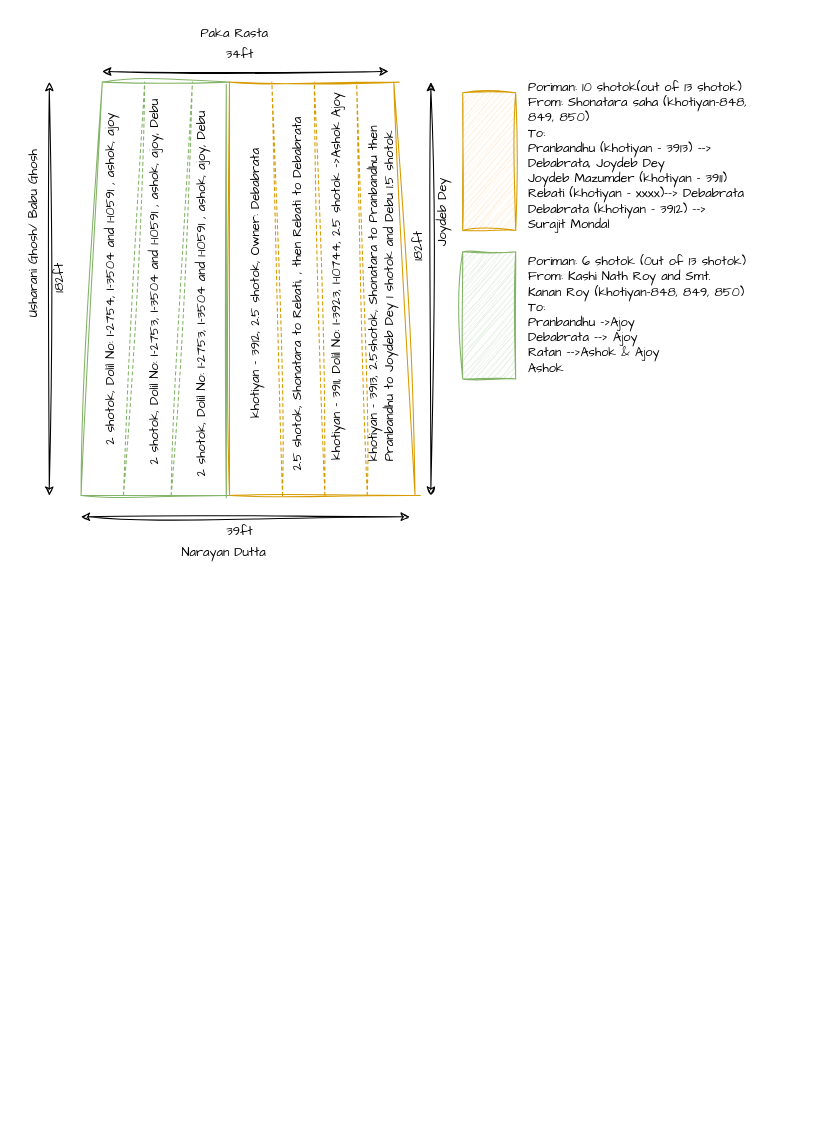
ashokmazumder/CodingTest keeps this draw.io diagram as Untitled Diagram.drawio. Above is the earlier version. Source tidied: cells renumbered, new cells numbered last; positions are measured from the earlier drawing's top-left corner, leaving out a move shared by most shapes. Both pictures are drawn from the tidied source at 106%, with x=0, y=0 at pixel (-68, 18).
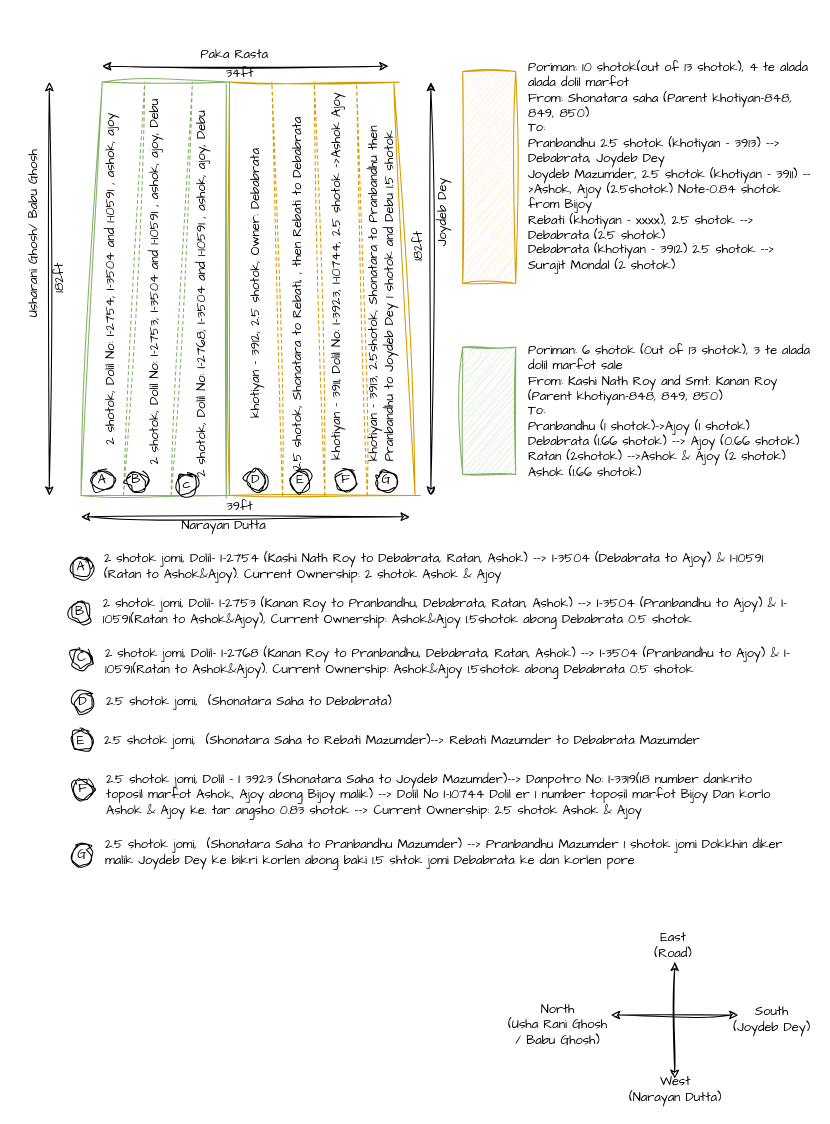
The same page after the edit.

Diff of the diagram source:
```diff
@@
     <mxCell id="7" value="39ft" style="text;html=1;align=center;verticalAlign=middle;whiteSpace=wrap;rounded=0;fontFamily=Architects Daughter;" parent="1" vertex="1">
-      <mxGeometry x="260" y="470" width="60" height="30" as="geometry" />
+      <mxGeometry x="260" y="446" width="60" height="30" as="geometry" />
     </mxCell>
     <mxCell id="8" style="endArrow=classic;startArrow=classic;html=1;rounded=0;sketch=1;hachureGap=4;jiggle=2;curveFitting=1;fontFamily=Architects Daughter;" parent="1" edge="1">
       <mxGeometry relative="1" as="geometry">
-        <mxPoint x="160" y="50" as="sourcePoint" />
-        <mxPoint x="430" y="50" as="targetPoint" />
+        <mxPoint x="160" y="45" as="sourcePoint" />
+        <mxPoint x="430" y="45" as="targetPoint" />
       </mxGeometry>
     </mxCell>
     <mxCell id="9" value="34ft" style="text;html=1;align=center;verticalAlign=middle;whiteSpace=wrap;rounded=0;fontFamily=Architects Daughter;" parent="1" vertex="1">
-      <mxGeometry x="260" y="20" width="60" height="30" as="geometry" />
+      <mxGeometry x="260" y="38" width="60" height="30" as="geometry" />
     </mxCell>
@@
     <mxCell id="23" style="rounded=0;whiteSpace=wrap;html=1;sketch=1;hachureGap=4;jiggle=2;curveFitting=1;fontFamily=Architects Daughter;fillColor=#ffe6cc;strokeColor=#d79b00;" parent="1" vertex="1">
-      <mxGeometry x="500" y="70" width="50" height="130" as="geometry" />
+      <mxGeometry x="500" y="50" width="50" height="200" as="geometry" />
     </mxCell>
     <mxCell id="24" style="rounded=0;whiteSpace=wrap;html=1;sketch=1;hachureGap=4;jiggle=2;curveFitting=1;fontFamily=Architects Daughter;fillColor=#d5e8d4;strokeColor=#82b366;" parent="1" vertex="1">
-      <mxGeometry x="500" y="220" width="50" height="120" as="geometry" />
+      <mxGeometry x="500" y="310" width="50" height="120" as="geometry" />
     </mxCell>
-    <mxCell id="25" value="Poriman: 10 shotok(out of 13 shotok)&lt;br&gt;From: Shonatara saha (khotiyan-848, 849, 850)&lt;div&gt;To:&amp;nbsp;&lt;/div&gt;&lt;div&gt;Pranbandhu (khotiyan - 3913) --&amp;gt; Debabrata, Joydeb Dey&lt;/div&gt;&lt;div&gt;Joydeb Mazumder (khotiyan - 3911)&lt;/div&gt;&lt;div&gt;Rebati (khotiyan - xxxx)--&amp;gt; Debabrata&lt;/div&gt;&lt;div&gt;Debabrata (khotiyan - 3912) --&amp;gt; Surajit Mondal&lt;/div&gt;" style="text;align=left;verticalAlign=middle;whiteSpace=wrap;rounded=0;fontFamily=Architects Daughter;html=1;labelBorderColor=none;fontColor=default;" parent="1" vertex="1">
-      <mxGeometry x="560" y="60" width="210" height="140" as="geometry" />
+    <mxCell id="25" value="Poriman: 10 shotok(out of 13 shotok), 4 te alada alada dolil marfot&lt;br&gt;From: Shonatara saha (Parent khotiyan-848, 849, 850)&lt;div&gt;To:&amp;nbsp;&lt;/div&gt;&lt;div&gt;Pranbandhu 2.5 shotok (khotiyan - 3913) --&amp;gt; Debabrata, Joydeb Dey&lt;/div&gt;&lt;div&gt;Joydeb Mazumder,&amp;nbsp;&lt;span style=&quot;background-color: transparent; color: light-dark(rgb(0, 0, 0), rgb(255, 255, 255));&quot;&gt;2.5 shotok&lt;/span&gt;&lt;span style=&quot;background-color: transparent; color: light-dark(rgb(0, 0, 0), rgb(255, 255, 255));&quot;&gt;&amp;nbsp;(khotiyan - 3911) --&amp;gt;Ashok, Ajoy (2.5shotok) Note-0.84 shotok from Bijoy&lt;/span&gt;&lt;/div&gt;&lt;div&gt;Rebati (khotiyan - xxxx),&amp;nbsp;&lt;span style=&quot;background-color: transparent; color: light-dark(rgb(0, 0, 0), rgb(255, 255, 255));&quot;&gt;2.5 shotok&amp;nbsp;&lt;/span&gt;&lt;span style=&quot;background-color: transparent; color: light-dark(rgb(0, 0, 0), rgb(255, 255, 255));&quot;&gt;--&amp;gt; Debabrata (2.5 shotok)&lt;/span&gt;&lt;/div&gt;&lt;div&gt;Debabrata (khotiyan - 3912)&amp;nbsp;&lt;span style=&quot;background-color: transparent; color: light-dark(rgb(0, 0, 0), rgb(255, 255, 255));&quot;&gt;2.5 shotok&amp;nbsp;&lt;/span&gt;&lt;span style=&quot;background-color: transparent; color: light-dark(rgb(0, 0, 0), rgb(255, 255, 255));&quot;&gt;--&amp;gt; Surajit Mondal (2 shotok)&lt;/span&gt;&lt;/div&gt;" style="text;align=left;verticalAlign=middle;whiteSpace=wrap;rounded=0;fontFamily=Architects Daughter;html=1;labelBorderColor=none;fontColor=default;" parent="1" vertex="1">
+      <mxGeometry x="560" y="60" width="270" height="160" as="geometry" />
     </mxCell>
@@
     <mxCell id="30" value="Narayan Dutta" style="text;html=1;align=center;verticalAlign=middle;whiteSpace=wrap;rounded=0;fontFamily=Architects Daughter;" parent="1" vertex="1">
-      <mxGeometry x="200" y="490" width="150" height="30" as="geometry" />
+      <mxGeometry x="200" y="464" width="150" height="30" as="geometry" />
     </mxCell>
     <mxCell id="31" value="Paka Rasta" style="text;html=1;align=center;verticalAlign=middle;whiteSpace=wrap;rounded=0;fontFamily=Architects Daughter;" parent="1" vertex="1">
-      <mxGeometry x="230" width="110" height="30" as="geometry" />
+      <mxGeometry x="230" y="20" width="110" height="30" as="geometry" />
     </mxCell>
@@
-    <mxCell id="35" value="&lt;span style=&quot;text-align: left;&quot;&gt;2 shotok,&amp;nbsp;&lt;/span&gt;&lt;span style=&quot;text-align: left;&quot;&gt;Dolil No: I-2753, I-3504 and 1-10591 , ashok, ajoy, Debu&lt;/span&gt;" style="text;html=1;align=center;verticalAlign=middle;whiteSpace=wrap;rounded=0;fontFamily=Architects Daughter;rotation=270;" parent="1" vertex="1">
+    <mxCell id="35" value="&lt;span style=&quot;text-align: left;&quot;&gt;2 shotok,&amp;nbsp;&lt;/span&gt;&lt;span style=&quot;text-align: left;&quot;&gt;Dolil No: I-2768, I-3504 and 1-10591 , ashok, ajoy, Debu&lt;/span&gt;" style="text;html=1;align=center;verticalAlign=middle;whiteSpace=wrap;rounded=0;fontFamily=Architects Daughter;rotation=270;" parent="1" vertex="1">
       <mxGeometry x="78" y="245" width="352" height="30" as="geometry" />
     </mxCell>
@@
-    <mxCell id="37" value="Poriman: 6 shotok (0ut of 13 shotok)&lt;br&gt;From: Kashi Nath Roy and Smt. Kanan Roy (khotiyan-848, 849, 850)&lt;div&gt;To:&amp;nbsp;&lt;/div&gt;&lt;div&gt;Pranbandhu -&amp;gt;Ajoy&lt;/div&gt;&lt;div&gt;Debabrata --&amp;gt; Ajoy&lt;/div&gt;&lt;div&gt;Ratan --&amp;gt;Ashok &amp;amp; Ajoy&lt;/div&gt;&lt;div&gt;Ashok&lt;/div&gt;" style="text;align=left;verticalAlign=middle;whiteSpace=wrap;rounded=0;fontFamily=Architects Daughter;html=1;labelBorderColor=none;fontColor=default;" parent="1" vertex="1">
-      <mxGeometry x="560" y="220" width="210" height="120" as="geometry" />
+    <mxCell id="37" value="Poriman: 6 shotok (0ut of 13 shotok), 3 te alada dolil marfot sale&amp;nbsp;&lt;br&gt;From: Kashi Nath Roy and Smt. Kanan Roy (Parent khotiyan-848, 849, 850)&lt;div&gt;To:&amp;nbsp;&lt;/div&gt;&lt;div&gt;Pranbandhu (1 shotok)-&amp;gt;Ajoy (1 shotok)&lt;/div&gt;&lt;div&gt;Debabrata (1.66 shotok) --&amp;gt; Ajoy (0.66 shotok)&lt;/div&gt;&lt;div&gt;Ratan (2shotok) --&amp;gt;Ashok &amp;amp; Ajoy (2 shotok)&lt;/div&gt;&lt;div&gt;Ashok (1.66 shotok)&lt;/div&gt;" style="text;align=left;verticalAlign=middle;whiteSpace=wrap;rounded=0;fontFamily=Architects Daughter;html=1;labelBorderColor=none;fontColor=default;" parent="1" vertex="1">
+      <mxGeometry x="560" y="311" width="270" height="120" as="geometry" />
     </mxCell>
+    <mxCell id="38" value="A" style="ellipse;whiteSpace=wrap;html=1;sketch=1;hachureGap=4;jiggle=2;curveFitting=1;fontFamily=Architects Daughter;" parent="1" vertex="1">
+      <mxGeometry x="150" y="426" width="20" height="20" as="geometry" />
+    </mxCell>
+    <mxCell id="39" value="B" style="ellipse;whiteSpace=wrap;html=1;sketch=1;hachureGap=4;jiggle=2;curveFitting=1;fontFamily=Architects Daughter;" parent="1" vertex="1">
+      <mxGeometry x="182.4" y="426" width="20" height="20" as="geometry" />
+    </mxCell>
+    <mxCell id="40" value="c" style="ellipse;whiteSpace=wrap;html=1;sketch=1;hachureGap=4;jiggle=2;curveFitting=1;fontFamily=Architects Daughter;" parent="1" vertex="1">
+      <mxGeometry x="230" y="430" width="20" height="20" as="geometry" />
+    </mxCell>
+    <mxCell id="41" value="D" style="ellipse;whiteSpace=wrap;html=1;sketch=1;hachureGap=4;jiggle=2;curveFitting=1;fontFamily=Architects Daughter;" parent="1" vertex="1">
+      <mxGeometry x="295" y="426" width="20" height="20" as="geometry" />
+    </mxCell>
+    <mxCell id="42" value="E" style="ellipse;whiteSpace=wrap;html=1;sketch=1;hachureGap=4;jiggle=2;curveFitting=1;fontFamily=Architects Daughter;" parent="1" vertex="1">
+      <mxGeometry x="336.5" y="426" width="20" height="20" as="geometry" />
+    </mxCell>
+    <mxCell id="43" value="F" style="ellipse;whiteSpace=wrap;html=1;sketch=1;hachureGap=4;jiggle=2;curveFitting=1;fontFamily=Architects Daughter;" parent="1" vertex="1">
+      <mxGeometry x="380" y="426" width="20" height="20" as="geometry" />
+    </mxCell>
+    <mxCell id="44" value="G" style="ellipse;whiteSpace=wrap;html=1;sketch=1;hachureGap=4;jiggle=2;curveFitting=1;fontFamily=Architects Daughter;" parent="1" vertex="1">
+      <mxGeometry x="418" y="426" width="20" height="20" as="geometry" />
+    </mxCell>
+    <mxCell id="45" value="A" style="ellipse;whiteSpace=wrap;html=1;sketch=1;hachureGap=4;jiggle=2;curveFitting=1;fontFamily=Architects Daughter;" parent="1" vertex="1">
+      <mxGeometry x="130" y="508" width="20" height="20" as="geometry" />
+    </mxCell>
+    <mxCell id="46" value="2 shotok jomi, Dolil- I-2754 (Kashi Nath Roy to Debabrata, Ratan, Ashok) --&amp;gt; I-3504 (Debabrata to Ajoy) &amp;amp; I-10591 (Ratan to Ashok&amp;amp;Ajoy). Current Ownership: 2 shotok Ashok &amp;amp; Ajoy&amp;nbsp;" style="text;html=1;align=left;verticalAlign=middle;whiteSpace=wrap;rounded=0;fontFamily=Architects Daughter;" parent="1" vertex="1">
+      <mxGeometry x="160" y="502" width="650" height="30" as="geometry" />
+    </mxCell>
+    <mxCell id="47" value="B" style="ellipse;whiteSpace=wrap;html=1;sketch=1;hachureGap=4;jiggle=2;curveFitting=1;fontFamily=Architects Daughter;" parent="1" vertex="1">
+      <mxGeometry x="129" y="550" width="20" height="20" as="geometry" />
+    </mxCell>
+    <mxCell id="48" value="2 shotok jomi, Dolil- I-2753 (Kanan Roy to Pranbandhu, Debabrata, Ratan, Ashok) --&amp;gt; I-3504 (Pranbandhu to Ajoy) &amp;amp; I-10591(Ratan to Ashok&amp;amp;Ajoy), Current Ownership: Ashok&amp;amp;Ajoy 1.5shotok abong Debabrata 0.5 shotok" style="text;html=1;align=left;verticalAlign=middle;whiteSpace=wrap;rounded=0;fontFamily=Architects Daughter;" parent="1" vertex="1">
+      <mxGeometry x="159" y="545" width="651" height="30" as="geometry" />
+    </mxCell>
+    <mxCell id="49" value="C" style="ellipse;whiteSpace=wrap;html=1;sketch=1;hachureGap=4;jiggle=2;curveFitting=1;fontFamily=Architects Daughter;" parent="1" vertex="1">
+      <mxGeometry x="131" y="594" width="20" height="20" as="geometry" />
+    </mxCell>
+    <mxCell id="50" value="2 shotok jomi, Dolil- I-2768 (Kanan Roy to Pranbandhu, Debabrata, Ratan, Ashok) --&amp;gt; I-3504 (Pranbandhu to Ajoy) &amp;amp; I-10591(Ratan to Ashok&amp;amp;Ajoy). Current Ownership: Ashok&amp;amp;Ajoy 1.5shotok abong Debabrata 0.5 shotok" style="text;html=1;align=left;verticalAlign=middle;whiteSpace=wrap;rounded=0;fontFamily=Architects Daughter;" parent="1" vertex="1">
+      <mxGeometry x="161" y="592" width="649" height="30" as="geometry" />
+    </mxCell>
+    <mxCell id="51" value="D" style="ellipse;whiteSpace=wrap;html=1;sketch=1;hachureGap=4;jiggle=2;curveFitting=1;fontFamily=Architects Daughter;" parent="1" vertex="1">
+      <mxGeometry x="132" y="635" width="20" height="20" as="geometry" />
+    </mxCell>
+    <mxCell id="52" value="2.5 shotok jomi,&amp;nbsp; (Shonatara Saha to Debabrata)" style="text;html=1;align=left;verticalAlign=middle;whiteSpace=wrap;rounded=0;fontFamily=Architects Daughter;" parent="1" vertex="1">
+      <mxGeometry x="162" y="630" width="590" height="30" as="geometry" />
+    </mxCell>
+    <mxCell id="53" value="E" style="ellipse;whiteSpace=wrap;html=1;sketch=1;hachureGap=4;jiggle=2;curveFitting=1;fontFamily=Architects Daughter;" parent="1" vertex="1">
+      <mxGeometry x="130" y="672" width="20" height="20" as="geometry" />
+    </mxCell>
+    <mxCell id="54" value="2.5 shotok jomi,&amp;nbsp; (Shonatara Saha to Rebati Mazumder)--&amp;gt; Rebati Mazumder to Debabrata Mazumder" style="text;html=1;align=left;verticalAlign=middle;whiteSpace=wrap;rounded=0;fontFamily=Architects Daughter;" parent="1" vertex="1">
+      <mxGeometry x="160" y="667" width="590" height="30" as="geometry" />
+    </mxCell>
+    <mxCell id="55" value="F" style="ellipse;whiteSpace=wrap;html=1;sketch=1;hachureGap=4;jiggle=2;curveFitting=1;fontFamily=Architects Daughter;" parent="1" vertex="1">
+      <mxGeometry x="132" y="717" width="20" height="20" as="geometry" />
+    </mxCell>
+    <mxCell id="56" value="2.5 shotok jomi, Dolil - I 3923 (Shonatara Saha to Joydeb Mazumder)--&amp;gt; Danpotro No: I-3319(18 number dankrito toposil marfot Ashok, Ajoy abong Bijoy malik) --&amp;gt; Dolil No I-10744 Dolil er 1 number toposil marfot Bijoy Dan korlo Ashok &amp;amp; Ajoy ke. tar angsho 0.83 shotok --&amp;gt; Current Ownership: 2.5 shotok Ashok &amp;amp; Ajoy" style="text;html=1;align=left;verticalAlign=middle;whiteSpace=wrap;rounded=0;fontFamily=Architects Daughter;" parent="1" vertex="1">
+      <mxGeometry x="162" y="718" width="648" height="30" as="geometry" />
+    </mxCell>
+    <mxCell id="57" value="G" style="ellipse;whiteSpace=wrap;html=1;sketch=1;hachureGap=4;jiggle=2;curveFitting=1;fontFamily=Architects Daughter;" parent="1" vertex="1">
+      <mxGeometry x="131" y="779" width="20" height="20" as="geometry" />
+    </mxCell>
+    <mxCell id="58" value="2.5 shotok jomi,&amp;nbsp; (Shonatara Saha to Pranbandhu Mazumder) --&amp;gt; Pranbandhu Mazumder 1 shotok jomi Dokkhin diker malik Joydeb Dey ke bikri korlen abong baki 1.5 shtok jomi Debabrata ke dan korlen pore" style="text;html=1;align=left;verticalAlign=middle;whiteSpace=wrap;rounded=0;fontFamily=Architects Daughter;" parent="1" vertex="1">
+      <mxGeometry x="161" y="774" width="649" height="26" as="geometry" />
+    </mxCell>
+    <mxCell id="59" value="South&lt;div&gt;(Joydeb Dey)&lt;/div&gt;" style="text;html=1;align=center;verticalAlign=middle;whiteSpace=wrap;rounded=0;fontFamily=Architects Daughter;" parent="1" vertex="1">
+      <mxGeometry x="754" y="930" width="76" height="30" as="geometry" />
+    </mxCell>
+    <mxCell id="60" style="endArrow=classic;startArrow=classic;html=1;rounded=0;sketch=1;hachureGap=4;jiggle=2;curveFitting=1;fontFamily=Architects Daughter;" parent="1" edge="1">
+      <mxGeometry relative="1" as="geometry">
+        <mxPoint x="700" y="1000" as="sourcePoint" />
+        <mxPoint x="700" y="890" as="targetPoint" />
+      </mxGeometry>
+    </mxCell>
+    <mxCell id="61" style="endArrow=classic;startArrow=classic;html=1;rounded=0;sketch=1;hachureGap=4;jiggle=2;curveFitting=1;fontFamily=Architects Daughter;" parent="1" edge="1">
+      <mxGeometry relative="1" as="geometry">
+        <mxPoint x="760" y="940" as="sourcePoint" />
+        <mxPoint x="640" y="940" as="targetPoint" />
+      </mxGeometry>
+    </mxCell>
+    <mxCell id="62" value="East (Road)" style="text;html=1;align=center;verticalAlign=middle;whiteSpace=wrap;rounded=0;fontFamily=Architects Daughter;" parent="1" vertex="1">
+      <mxGeometry x="669" y="860" width="60" height="30" as="geometry" />
+    </mxCell>
+    <mxCell id="63" value="West&lt;div&gt;(Narayan Dutta)&lt;/div&gt;" style="text;html=1;align=center;verticalAlign=middle;whiteSpace=wrap;rounded=0;fontFamily=Architects Daughter;" parent="1" vertex="1">
+      <mxGeometry x="656" y="996" width="90" height="30" as="geometry" />
+    </mxCell>
+    <mxCell id="64" value="North&lt;div&gt;(Usha Rani Ghosh / Babu Ghosh)&lt;/div&gt;" style="text;html=1;align=center;verticalAlign=middle;whiteSpace=wrap;rounded=0;fontFamily=Architects Daughter;" parent="1" vertex="1">
+      <mxGeometry x="540" y="935" width="100" height="30" as="geometry" />
+    </mxCell>
```
